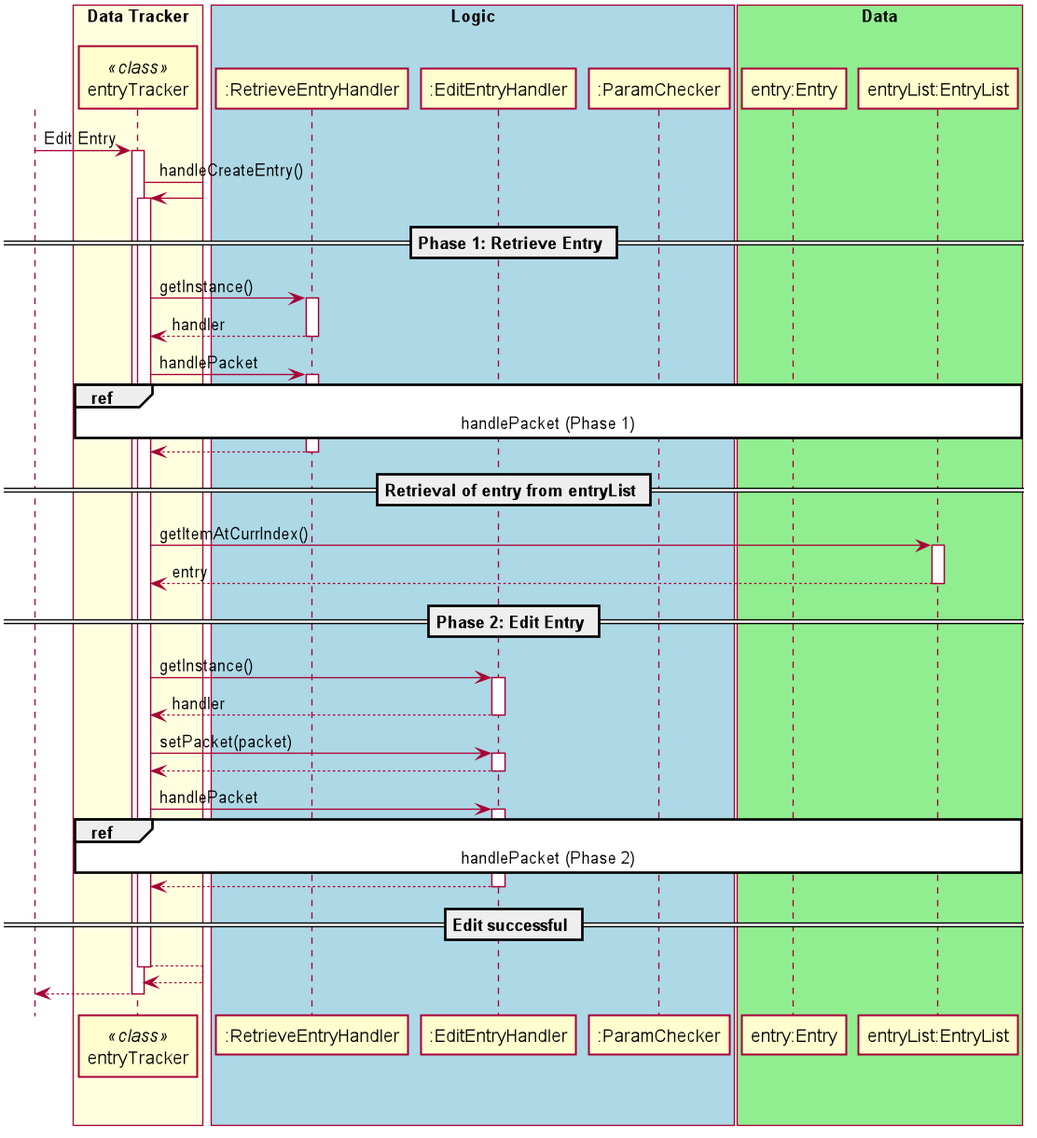
The PlantUML diagram docs/uml_images/images_updated/entryTrackerEditEntrySeqDiagram0.png in nus-cs2113-AY2021S1/tp, before a commit. Source of this version:
```plantuml
@startuml
autoactivate on
scale 1094 width

skinparam shadowing false
skinparam sequence {
ActorBorderColor white

ActorBackgroundColor white
ActorFontColor white
ActorFontSize 17
ActorFontName ""
}

actor User

box "Data Tracker" #LightYellow
participant entryTracker as entryTracker <<class>>
endBox

box "Logic" #LightBlue
participant ":RetrieveEntryHandler"
participant ":EditEntryHandler"
participant ":ParamChecker"
endBox

box "Data" #LightGreen
participant "entry:Entry"
participant "entryList:EntryList"
endBox

User -> entryTracker: Edit Entry

entryTracker ->entryTracker: handleCreateEntry()
    == Phase 1: Retrieve Entry ==
   entryTracker-> ":RetrieveEntryHandler" : getInstance()
    return handler

       entryTracker-> ":RetrieveEntryHandler" : handlePacket
            ref over entryTracker, ":RetrieveEntryHandler", ":ParamChecker","entryList:EntryList" : handlePacket (Phase 1)

       return

    == Retrieval of entry from entryList ==
    entryTracker -> "entryList:EntryList" : getItemAtCurrIndex()
    return entry

    == Phase 2: Edit Entry ==
       entryTracker-> ":EditEntryHandler" : getInstance()
        return handler
        entryTracker -> ":EditEntryHandler" : setPacket(packet)
        return
        entryTracker -> ":EditEntryHandler" : handlePacket
                        ref over entryTracker, ":RetrieveEntryHandler", ":ParamChecker","entryList:EntryList" : handlePacket (Phase 2)

        return
   == Edit successful ==
   return
return
@enduml
```
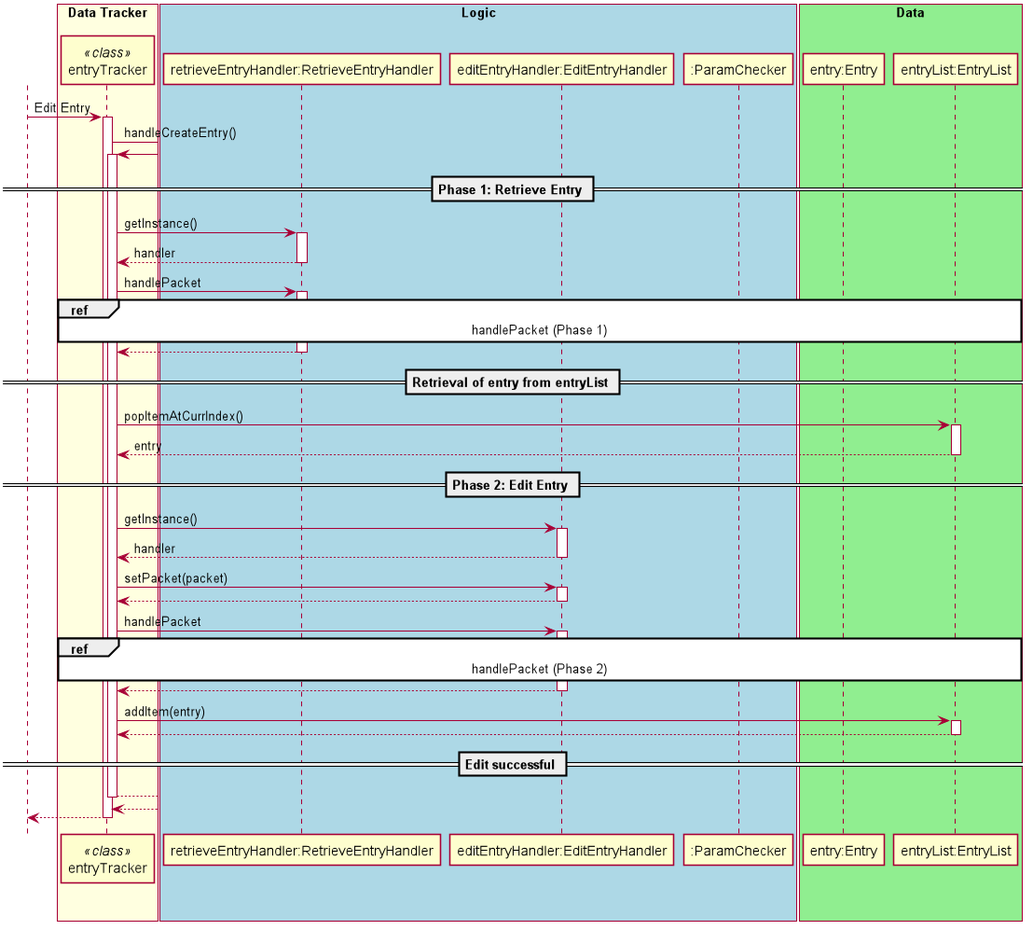
The same diagram one commit later.

Diff of the diagram source:
```diff
@@ -1,7 +1,6 @@
 @startuml
 autoactivate on
 scale 1094 width
-
 skinparam shadowing false
 skinparam sequence {
 ActorBorderColor white
@@ -19,8 +18,8 @@
 endBox
 
 box "Logic" #LightBlue
-participant ":RetrieveEntryHandler"
-participant ":EditEntryHandler"
+participant "retrieveEntryHandler:RetrieveEntryHandler"
+participant "editEntryHandler:EditEntryHandler"
 participant ":ParamChecker"
 endBox
 
@@ -33,26 +32,28 @@
 
 entryTracker ->entryTracker: handleCreateEntry()
     == Phase 1: Retrieve Entry ==
-   entryTracker-> ":RetrieveEntryHandler" : getInstance()
+   entryTracker-> "retrieveEntryHandler:RetrieveEntryHandler" : getInstance()
     return handler
 
-       entryTracker-> ":RetrieveEntryHandler" : handlePacket
-            ref over entryTracker, ":RetrieveEntryHandler", ":ParamChecker","entryList:EntryList" : handlePacket (Phase 1)
+       entryTracker-> "retrieveEntryHandler:RetrieveEntryHandler" : handlePacket
+            ref over entryTracker, "retrieveEntryHandler:RetrieveEntryHandler", ":ParamChecker","entryList:EntryList" : handlePacket (Phase 1)
 
        return
 
     == Retrieval of entry from entryList ==
-    entryTracker -> "entryList:EntryList" : getItemAtCurrIndex()
+    entryTracker -> "entryList:EntryList" : popItemAtCurrIndex()
     return entry
 
     == Phase 2: Edit Entry ==
-       entryTracker-> ":EditEntryHandler" : getInstance()
+       entryTracker-> "editEntryHandler:EditEntryHandler" : getInstance()
         return handler
-        entryTracker -> ":EditEntryHandler" : setPacket(packet)
+        entryTracker -> "editEntryHandler:EditEntryHandler" : setPacket(packet)
         return
-        entryTracker -> ":EditEntryHandler" : handlePacket
-                        ref over entryTracker, ":RetrieveEntryHandler", ":ParamChecker","entryList:EntryList" : handlePacket (Phase 2)
+        entryTracker -> "editEntryHandler:EditEntryHandler" : handlePacket
+                        ref over entryTracker, "retrieveEntryHandler:RetrieveEntryHandler", ":ParamChecker","entryList:EntryList" : handlePacket (Phase 2)
 
+        return
+        entryTracker -> "entryList:EntryList" : addItem(entry)
         return
    == Edit successful ==
    return
```
